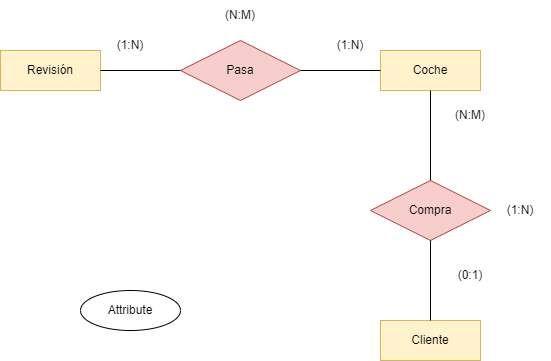
samugd17/base-datos-bae- keeps this draw.io diagram as DIAGRAMAS/E-R #6 Sistema Gestión de ventas de Automóviles.drawio.png. Above is the earlier version. Source tidied: cells renumbered, new cells last; positions are measured from the earlier drawing's top-left corner, leaving out a move shared by most shapes.
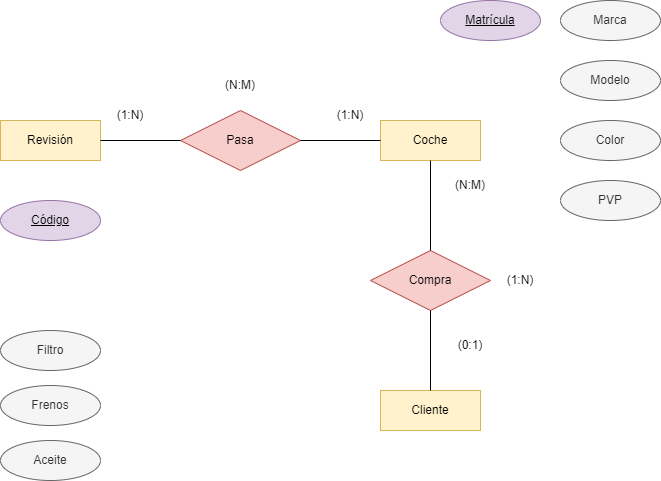
Later version of the same file.

Commit message:
Se reorganiza los E-R

Diff of the diagram source:
```diff
@@ -47,8 +47,32 @@
     <mxCell id="16" value="(1:N)" style="text;html=1;strokeColor=none;fillColor=none;align=center;verticalAlign=middle;whiteSpace=wrap;rounded=0;" parent="1" vertex="1">
       <mxGeometry x="320" y="30" width="60" height="30" as="geometry" />
     </mxCell>
-    <mxCell id="17" value="Attribute" style="ellipse;whiteSpace=wrap;html=1;align=center;" parent="1" vertex="1">
-      <mxGeometry x="80" y="290" width="100" height="40" as="geometry" />
+    <mxCell id="17" value="PVP" style="ellipse;whiteSpace=wrap;html=1;align=center;fillColor=#f5f5f5;fontColor=#333333;strokeColor=#666666;" parent="1" vertex="1">
+      <mxGeometry x="560" y="110" width="100" height="40" as="geometry" />
     </mxCell>
+    <mxCell id="18" value="Color" style="ellipse;whiteSpace=wrap;html=1;align=center;fillColor=#f5f5f5;fontColor=#333333;strokeColor=#666666;" parent="1" vertex="1">
+      <mxGeometry x="560" y="50" width="100" height="40" as="geometry" />
+    </mxCell>
+    <mxCell id="19" value="Modelo" style="ellipse;whiteSpace=wrap;html=1;align=center;fillColor=#f5f5f5;fontColor=#333333;strokeColor=#666666;" parent="1" vertex="1">
+      <mxGeometry x="560" y="-10" width="100" height="40" as="geometry" />
+    </mxCell>
+    <mxCell id="20" value="Marca" style="ellipse;whiteSpace=wrap;html=1;align=center;fillColor=#f5f5f5;fontColor=#333333;strokeColor=#666666;" parent="1" vertex="1">
+      <mxGeometry x="560" y="-70" width="100" height="40" as="geometry" />
+    </mxCell>
+    <mxCell id="21" value="Matrícula" style="ellipse;whiteSpace=wrap;html=1;align=center;fontStyle=4;fillColor=#e1d5e7;strokeColor=#9673a6;" parent="1" vertex="1">
+      <mxGeometry x="440" y="-70" width="100" height="40" as="geometry" />
+    </mxCell>
+    <mxCell id="22" value="Código" style="ellipse;whiteSpace=wrap;html=1;align=center;fontStyle=4;fillColor=#e1d5e7;strokeColor=#9673a6;" parent="1" vertex="1">
+      <mxGeometry y="130" width="100" height="40" as="geometry" />
+    </mxCell>
+    <mxCell id="23" value="Filtro" style="ellipse;whiteSpace=wrap;html=1;align=center;fillColor=#f5f5f5;fontColor=#333333;strokeColor=#666666;" parent="1" vertex="1">
+      <mxGeometry y="260" width="100" height="40" as="geometry" />
+    </mxCell>
+    <mxCell id="24" value="Aceite" style="ellipse;whiteSpace=wrap;html=1;align=center;fillColor=#f5f5f5;fontColor=#333333;strokeColor=#666666;" parent="1" vertex="1">
+      <mxGeometry y="370" width="100" height="40" as="geometry" />
+    </mxCell>
+    <mxCell id="25" value="Frenos" style="ellipse;whiteSpace=wrap;html=1;align=center;fillColor=#f5f5f5;fontColor=#333333;strokeColor=#666666;" parent="1" vertex="1">
+      <mxGeometry y="315" width="100" height="40" as="geometry" />
+    </mxCell>
   </root>
 </mxGraphModel>
```
